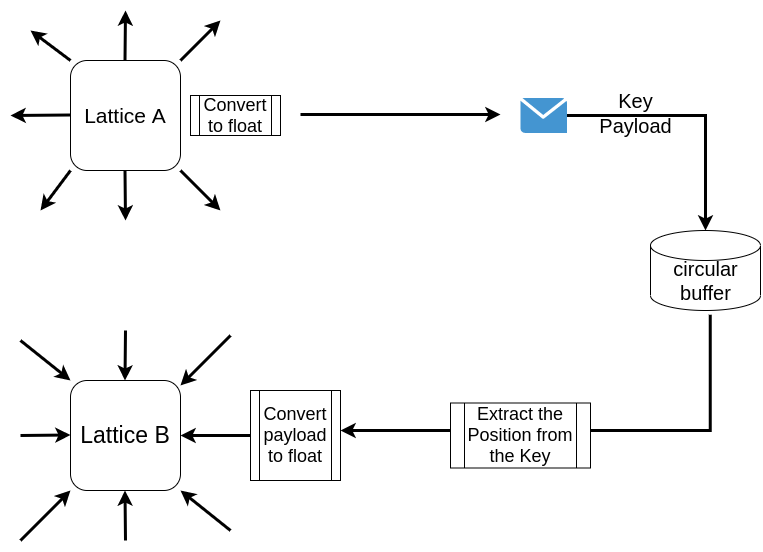
Earlier version of the draw.io export figures/communication.png (YuaNFrank/Disertation_Spinn_LB). Source tidied: cells renumbered, new cells last; positions are measured from the earlier drawing's top-left corner, leaving out a move shared by most shapes.
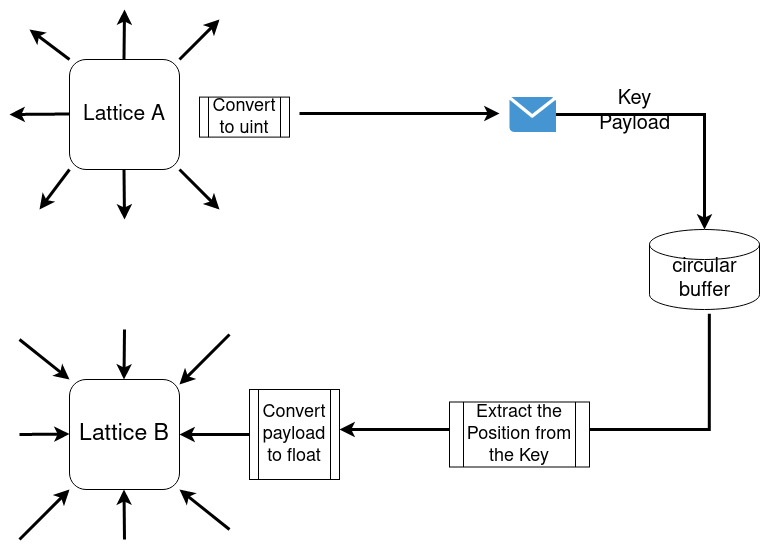
After the commit.

What changed in the source:
```diff
@@ -56,8 +56,8 @@
         <mxPoint x="210" y="200" as="targetPoint" />
       </mxGeometry>
     </mxCell>
-    <mxCell id="12" value="&lt;font style=&quot;font-size: 18px&quot;&gt;Convert to float&lt;/font&gt;" style="shape=process;whiteSpace=wrap;html=1;backgroundOutline=1;" parent="1" vertex="1">
-      <mxGeometry x="180" y="85" width="90" height="40" as="geometry" />
+    <mxCell id="12" value="&lt;font style=&quot;font-size: 18px&quot;&gt;Convert to uint&lt;br&gt;&lt;/font&gt;" style="shape=process;whiteSpace=wrap;html=1;backgroundOutline=1;" parent="1" vertex="1">
+      <mxGeometry x="190" y="87.6" width="90" height="40" as="geometry" />
     </mxCell>
     <mxCell id="13" style="shape=cylinder2;whiteSpace=wrap;html=1;boundedLbl=1;backgroundOutline=1;size=15;" parent="1" vertex="1">
       <mxGeometry x="640" y="220" width="110" height="80" as="geometry" />
@@ -66,7 +66,7 @@
       <mxGeometry relative="1" as="geometry" />
     </mxCell>
     <mxCell id="15" style="shadow=0;dashed=0;html=1;strokeColor=none;fillColor=#4495D1;labelPosition=center;verticalLabelPosition=bottom;verticalAlign=top;align=center;outlineConnect=0;shape=mxgraph.veeam.2d.letter;" parent="1" vertex="1">
-      <mxGeometry x="510" y="87.6" width="46.4" height="34.8" as="geometry" />
+      <mxGeometry x="500" y="87.6" width="46.4" height="34.8" as="geometry" />
     </mxCell>
     <mxCell id="16" value="&lt;font style=&quot;font-size: 20px&quot;&gt;Key&lt;/font&gt;" style="text;html=1;align=center;verticalAlign=middle;" parent="1" vertex="1">
       <mxGeometry x="600" y="80" width="50" height="20" as="geometry" />
```
